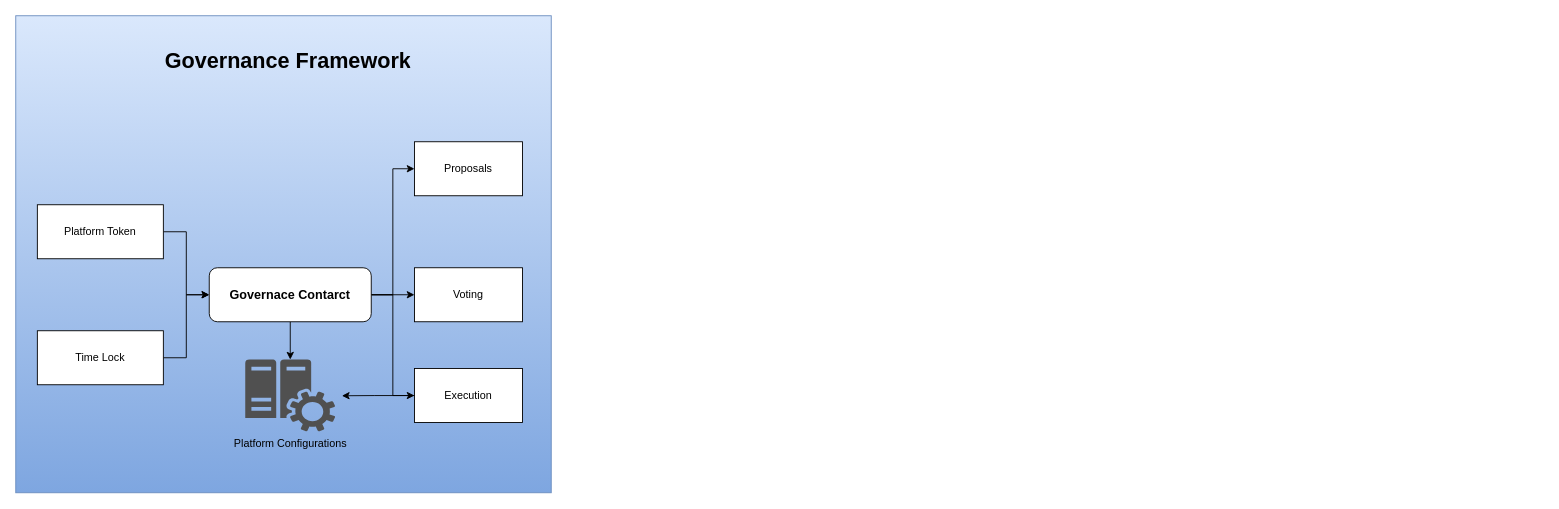
ali-05-ahmed/Concept-Diagrams keeps this draw.io diagram as MPs(model portfolio).drawio. Above is the earlier version. Source tidied: cells renumbered, new cells numbered last; positions are measured from the earlier drawing's top-left corner, leaving out a move shared by most shapes. Both pictures are drawn from the tidied source at 90%, with x=0, y=0 at pixel (15, 15). Pictures stored in the file or linked from it are replaced by grey dashed boxes.
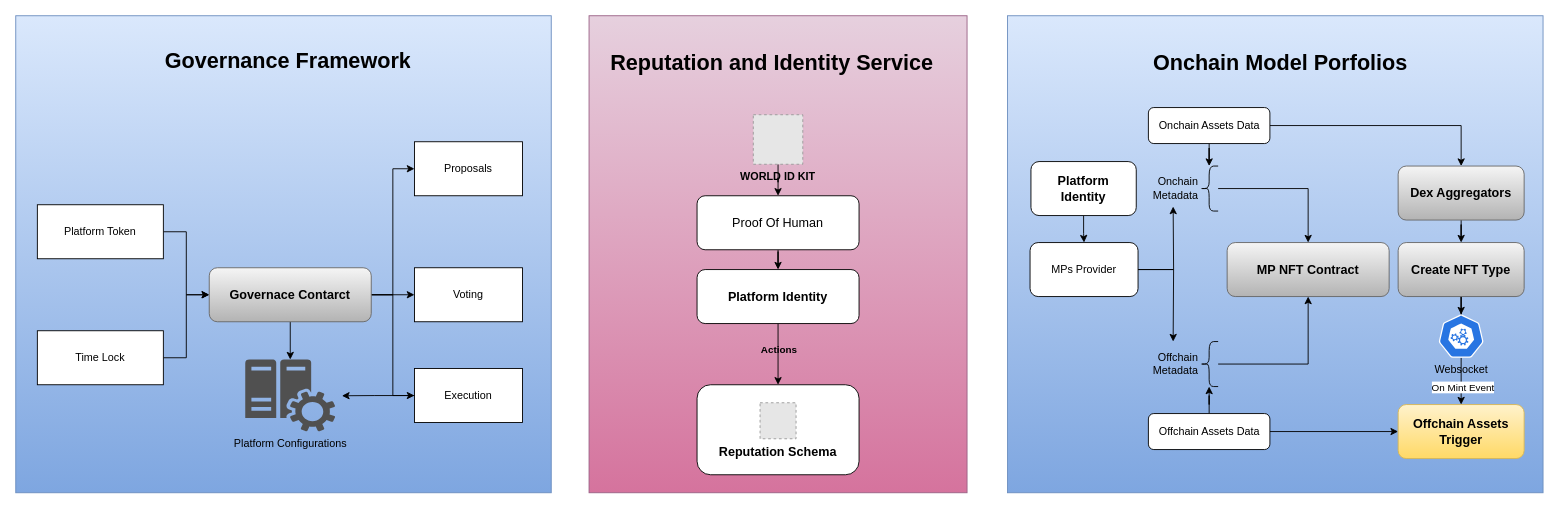
Above is the later version.

Diff of the diagram source:
```diff
@@
+    <mxCell id="18" style="rounded=0;whiteSpace=wrap;html=1;fillColor=#dae8fc;gradientColor=#7ea6e0;strokeColor=#6c8ebf;" parent="1" vertex="1">
+      <mxGeometry x="1102" width="595" height="530" as="geometry" />
+    </mxCell>
@@
-    <mxCell id="7" value="&lt;b&gt;&lt;font style=&quot;font-size: 14px;&quot;&gt;Governace Contarct&lt;/font&gt;&lt;/b&gt;" style="rounded=1;whiteSpace=wrap;html=1;" parent="1" vertex="1">
+    <mxCell id="7" value="&lt;b&gt;&lt;font style=&quot;font-size: 14px;&quot;&gt;Governace Contarct&lt;/font&gt;&lt;/b&gt;" style="rounded=1;whiteSpace=wrap;html=1;fillColor=#f5f5f5;gradientColor=#b3b3b3;strokeColor=#666666;" parent="1" vertex="1">
       <mxGeometry x="215" y="280" width="180" height="60" as="geometry" />
     </mxCell>
@@
+    <mxCell id="19" style="rounded=0;whiteSpace=wrap;html=1;fillColor=#e6d0de;gradientColor=#d5739d;strokeColor=#996185;" parent="1" vertex="1">
+      <mxGeometry x="637" width="420" height="530" as="geometry" />
+    </mxCell>
+    <mxCell id="20" style="edgeStyle=orthogonalEdgeStyle;rounded=0;jettySize=auto;html=1;" parent="1" edge="1" source="22" target="29">
+      <mxGeometry relative="1" as="geometry" />
+    </mxCell>
+    <mxCell id="21" value="Actions" style="edgeLabel;html=1;align=center;verticalAlign=middle;labelBackgroundColor=none;fontStyle=1;" parent="20" vertex="1">
+      <mxGeometry x="-0.39" y="-1" relative="1" as="geometry">
+        <mxPoint x="1" y="7" as="offset" />
+      </mxGeometry>
+    </mxCell>
+    <mxCell id="22" value="&lt;b&gt;&lt;font style=&quot;font-size: 14px;&quot;&gt;Platform Identity&lt;/font&gt;&lt;/b&gt;" style="rounded=1;whiteSpace=wrap;html=1;" parent="1" vertex="1">
+      <mxGeometry x="757" y="282" width="180" height="60" as="geometry" />
+    </mxCell>
+    <mxCell id="23" style="edgeStyle=orthogonalEdgeStyle;rounded=0;orthogonalLoop=1;jettySize=auto;html=1;entryX=1.074;entryY=0.503;entryDx=0;entryDy=0;entryPerimeter=0;" parent="1" edge="1">
+      <mxGeometry relative="1" as="geometry">
+        <mxPoint x="1095" y="424" as="sourcePoint" />
+      </mxGeometry>
+    </mxCell>
+    <mxCell id="24" value="&lt;h1 style=&quot;margin-top: 0px;&quot;&gt;Reputation and Identity Service&lt;/h1&gt;" style="text;html=1;whiteSpace=wrap;overflow=hidden;rounded=0;" parent="1" vertex="1">
+      <mxGeometry x="659" y="32" width="376" height="50" as="geometry" />
+    </mxCell>
+    <mxCell id="25" style="edgeStyle=orthogonalEdgeStyle;rounded=0;jettySize=auto;html=1;" parent="1" edge="1" source="26" target="22">
+      <mxGeometry relative="1" as="geometry" />
+    </mxCell>
+    <mxCell id="26" value="&lt;font style=&quot;font-size: 14px;&quot;&gt;Proof Of Human&lt;/font&gt;" style="rounded=1;whiteSpace=wrap;html=1;" parent="1" vertex="1">
+      <mxGeometry x="757" y="200" width="180" height="60" as="geometry" />
+    </mxCell>
+    <mxCell id="27" style="edgeStyle=orthogonalEdgeStyle;rounded=0;jettySize=auto;html=1;" parent="1" edge="1" source="28" target="26">
+      <mxGeometry relative="1" as="geometry" />
+    </mxCell>
+    <mxCell id="28" value="WORLD ID KIT" style="fillColor=#E6E6E6;strokeColor=#999999;dashed=1;verticalLabelPosition=bottom;labelBackgroundColor=none;verticalAlign=top;fontStyle=1;" parent="1" vertex="1">
+      <mxGeometry x="819.5" y="110" width="55" height="55" as="geometry" />
+    </mxCell>
+    <mxCell id="29" value="&lt;div&gt;&lt;b&gt;&lt;font style=&quot;font-size: 14px;&quot;&gt;&lt;br&gt;&lt;/font&gt;&lt;/b&gt;&lt;/div&gt;&lt;b&gt;&lt;font style=&quot;font-size: 14px;&quot;&gt;&lt;div&gt;&lt;b&gt;&lt;font style=&quot;font-size: 14px;&quot;&gt;&lt;br&gt;&lt;/font&gt;&lt;/b&gt;&lt;/div&gt;&lt;div&gt;&lt;b&gt;&lt;font style=&quot;font-size: 14px;&quot;&gt;&lt;br&gt;&lt;/font&gt;&lt;/b&gt;&lt;/div&gt;Reputation Schema&lt;/font&gt;&lt;/b&gt;" style="rounded=1;whiteSpace=wrap;html=1;" parent="1" vertex="1">
+      <mxGeometry x="757" y="410" width="180" height="100" as="geometry" />
+    </mxCell>
+    <mxCell id="30" style="fillColor=#E6E6E6;strokeColor=#999999;dashed=1;verticalLabelPosition=bottom;labelBackgroundColor=default;verticalAlign=top;" parent="1" vertex="1">
+      <mxGeometry x="827" y="430" width="40" height="40" as="geometry" />
+    </mxCell>
+    <mxCell id="31" style="edgeStyle=orthogonalEdgeStyle;rounded=0;jettySize=auto;html=1;" parent="1" edge="1" source="33">
+      <mxGeometry relative="1" as="geometry">
+        <mxPoint x="1286" y="212" as="targetPoint" />
+      </mxGeometry>
+    </mxCell>
+    <mxCell id="32" style="edgeStyle=orthogonalEdgeStyle;rounded=0;jettySize=auto;html=1;" parent="1" edge="1" source="33">
+      <mxGeometry relative="1" as="geometry">
+        <mxPoint x="1286" y="362" as="targetPoint" />
+      </mxGeometry>
+    </mxCell>
+    <mxCell id="33" value="MPs Provider" style="rounded=1;whiteSpace=wrap;html=1;" parent="1" vertex="1">
+      <mxGeometry x="1127" y="252" width="120" height="60" as="geometry" />
+    </mxCell>
+    <mxCell id="34" value="&lt;b&gt;&lt;font style=&quot;font-size: 14px;&quot;&gt;MP NFT Contract&lt;/font&gt;&lt;/b&gt;" style="rounded=1;whiteSpace=wrap;html=1;fillColor=#f5f5f5;gradientColor=#b3b3b3;strokeColor=#666666;" parent="1" vertex="1">
+      <mxGeometry x="1346" y="252" width="180" height="60" as="geometry" />
+    </mxCell>
+    <mxCell id="35" value="&lt;h1 style=&quot;margin-top: 0px;&quot;&gt;Onchain Model Porfolios&lt;/h1&gt;" style="text;html=1;whiteSpace=wrap;overflow=hidden;rounded=0;" parent="1" vertex="1">
+      <mxGeometry x="1262" y="32" width="284.5" height="50" as="geometry" />
+    </mxCell>
+    <mxCell id="36" style="edgeStyle=orthogonalEdgeStyle;rounded=0;jettySize=auto;html=1;" parent="1" edge="1" source="37" target="33">
+      <mxGeometry relative="1" as="geometry" />
+    </mxCell>
+    <mxCell id="37" value="&lt;b&gt;&lt;font style=&quot;font-size: 14px;&quot;&gt;Platform &lt;br&gt;Identity&lt;/font&gt;&lt;/b&gt;" style="rounded=1;whiteSpace=wrap;html=1;" parent="1" vertex="1">
+      <mxGeometry x="1128" y="162" width="117" height="60" as="geometry" />
+    </mxCell>
+    <mxCell id="38" style="edgeStyle=orthogonalEdgeStyle;rounded=0;jettySize=auto;html=1;" parent="1" edge="1" source="39" target="34">
+      <mxGeometry relative="1" as="geometry" />
+    </mxCell>
+    <mxCell id="39" value="Onchain Metadata" style="shape=curlyBracket;whiteSpace=wrap;html=1;rounded=1;labelPosition=left;verticalLabelPosition=middle;align=right;verticalAlign=middle;" parent="1" vertex="1">
+      <mxGeometry x="1316" y="167" width="20" height="50" as="geometry" />
+    </mxCell>
+    <mxCell id="40" style="edgeStyle=orthogonalEdgeStyle;rounded=0;jettySize=auto;html=1;entryX=0.5;entryY=1;entryDx=0;entryDy=0;" parent="1" edge="1" source="41" target="34">
+      <mxGeometry relative="1" as="geometry" />
+    </mxCell>
+    <mxCell id="41" value="Offchain Metadata" style="shape=curlyBracket;whiteSpace=wrap;html=1;rounded=1;labelPosition=left;verticalLabelPosition=middle;align=right;verticalAlign=middle;" parent="1" vertex="1">
+      <mxGeometry x="1316" y="362" width="20" height="50" as="geometry" />
+    </mxCell>
+    <mxCell id="42" style="edgeStyle=orthogonalEdgeStyle;rounded=0;jettySize=auto;html=1;" parent="1" edge="1" source="44" target="39">
+      <mxGeometry relative="1" as="geometry" />
+    </mxCell>
+    <mxCell id="43" style="edgeStyle=orthogonalEdgeStyle;rounded=0;jettySize=auto;html=1;entryX=0.5;entryY=0;entryDx=0;entryDy=0;" parent="1" edge="1" source="44" target="51">
+      <mxGeometry relative="1" as="geometry" />
+    </mxCell>
+    <mxCell id="44" value="Onchain Assets Data" style="rounded=1;whiteSpace=wrap;html=1;" parent="1" vertex="1">
+      <mxGeometry x="1258.5" y="102" width="135" height="40" as="geometry" />
+    </mxCell>
+    <mxCell id="45" style="edgeStyle=orthogonalEdgeStyle;rounded=0;jettySize=auto;html=1;entryX=0.5;entryY=1;entryDx=0;entryDy=0;" parent="1" edge="1" source="47" target="41">
+      <mxGeometry relative="1" as="geometry" />
+    </mxCell>
+    <mxCell id="46" style="edgeStyle=orthogonalEdgeStyle;rounded=0;jettySize=auto;html=1;" parent="1" edge="1" source="47" target="52">
+      <mxGeometry relative="1" as="geometry" />
+    </mxCell>
+    <mxCell id="47" value="Offchain Assets Data" style="rounded=1;whiteSpace=wrap;html=1;" parent="1" vertex="1">
+      <mxGeometry x="1258.5" y="442" width="135" height="40" as="geometry" />
+    </mxCell>
+    <mxCell id="48" style="edgeStyle=orthogonalEdgeStyle;rounded=0;jettySize=auto;html=1;" parent="1" edge="1" source="49" target="55">
+      <mxGeometry relative="1" as="geometry" />
+    </mxCell>
+    <mxCell id="49" value="&lt;b&gt;&lt;font style=&quot;font-size: 14px;&quot;&gt;Create NFT Type&lt;/font&gt;&lt;/b&gt;" style="rounded=1;whiteSpace=wrap;html=1;fillColor=#f5f5f5;gradientColor=#b3b3b3;strokeColor=#666666;" parent="1" vertex="1">
+      <mxGeometry x="1536" y="252" width="140" height="60" as="geometry" />
+    </mxCell>
+    <mxCell id="50" style="edgeStyle=orthogonalEdgeStyle;rounded=0;jettySize=auto;html=1;" parent="1" edge="1" source="51" target="49">
+      <mxGeometry relative="1" as="geometry" />
+    </mxCell>
+    <mxCell id="51" value="&lt;span style=&quot;font-size: 14px;&quot;&gt;&lt;b&gt;Dex Aggregators&lt;/b&gt;&lt;/span&gt;" style="rounded=1;whiteSpace=wrap;html=1;fillColor=#f5f5f5;gradientColor=#b3b3b3;strokeColor=#666666;" parent="1" vertex="1">
+      <mxGeometry x="1536" y="167" width="140" height="60" as="geometry" />
+    </mxCell>
+    <mxCell id="52" value="&lt;b&gt;&lt;font style=&quot;font-size: 14px;&quot;&gt;Offchain Assets Trigger&lt;/font&gt;&lt;/b&gt;" style="rounded=1;whiteSpace=wrap;html=1;fillColor=#fff2cc;gradientColor=#ffd966;strokeColor=#d6b656;" parent="1" vertex="1">
+      <mxGeometry x="1536" y="432" width="140" height="60" as="geometry" />
+    </mxCell>
+    <mxCell id="53" style="edgeStyle=orthogonalEdgeStyle;rounded=0;jettySize=auto;html=1;" parent="1" edge="1" source="55" target="52">
+      <mxGeometry relative="1" as="geometry" />
+    </mxCell>
+    <mxCell id="54" value="On Mint Event" style="edgeLabel;html=1;align=center;verticalAlign=middle;" parent="53" vertex="1">
+      <mxGeometry x="0.22" y="1" relative="1" as="geometry" />
+    </mxCell>
+    <mxCell id="55" value="Websocket" style="sketch=0;html=1;dashed=0;whitespace=wrap;verticalLabelPosition=bottom;verticalAlign=top;fillColor=#2875E2;strokeColor=#ffffff;points=[[0.005,0.63,0],[0.1,0.2,0],[0.9,0.2,0],[0.5,0,0],[0.995,0.63,0],[0.72,0.99,0],[0.5,1,0],[0.28,0.99,0]];shape=mxgraph.kubernetes.icon2;prIcon=sched;" parent="1" vertex="1">
+      <mxGeometry x="1581" y="332" width="50" height="48" as="geometry" />
+    </mxCell>
```
